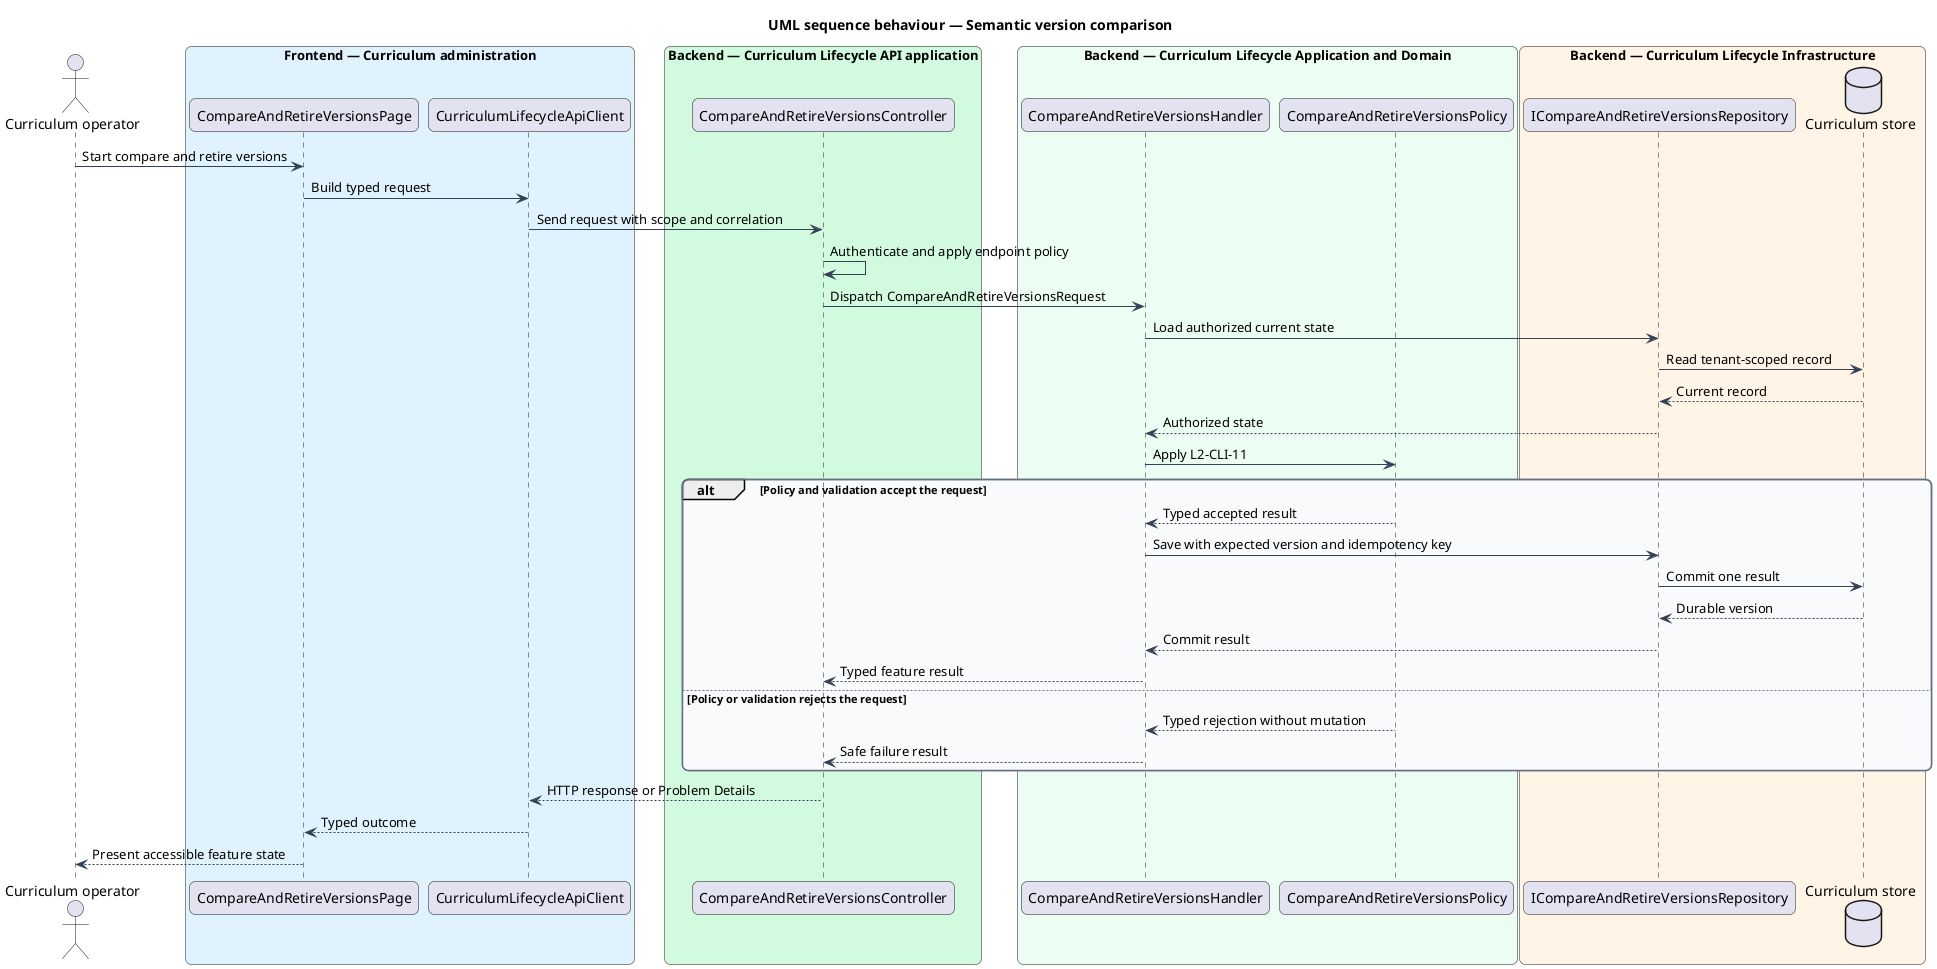
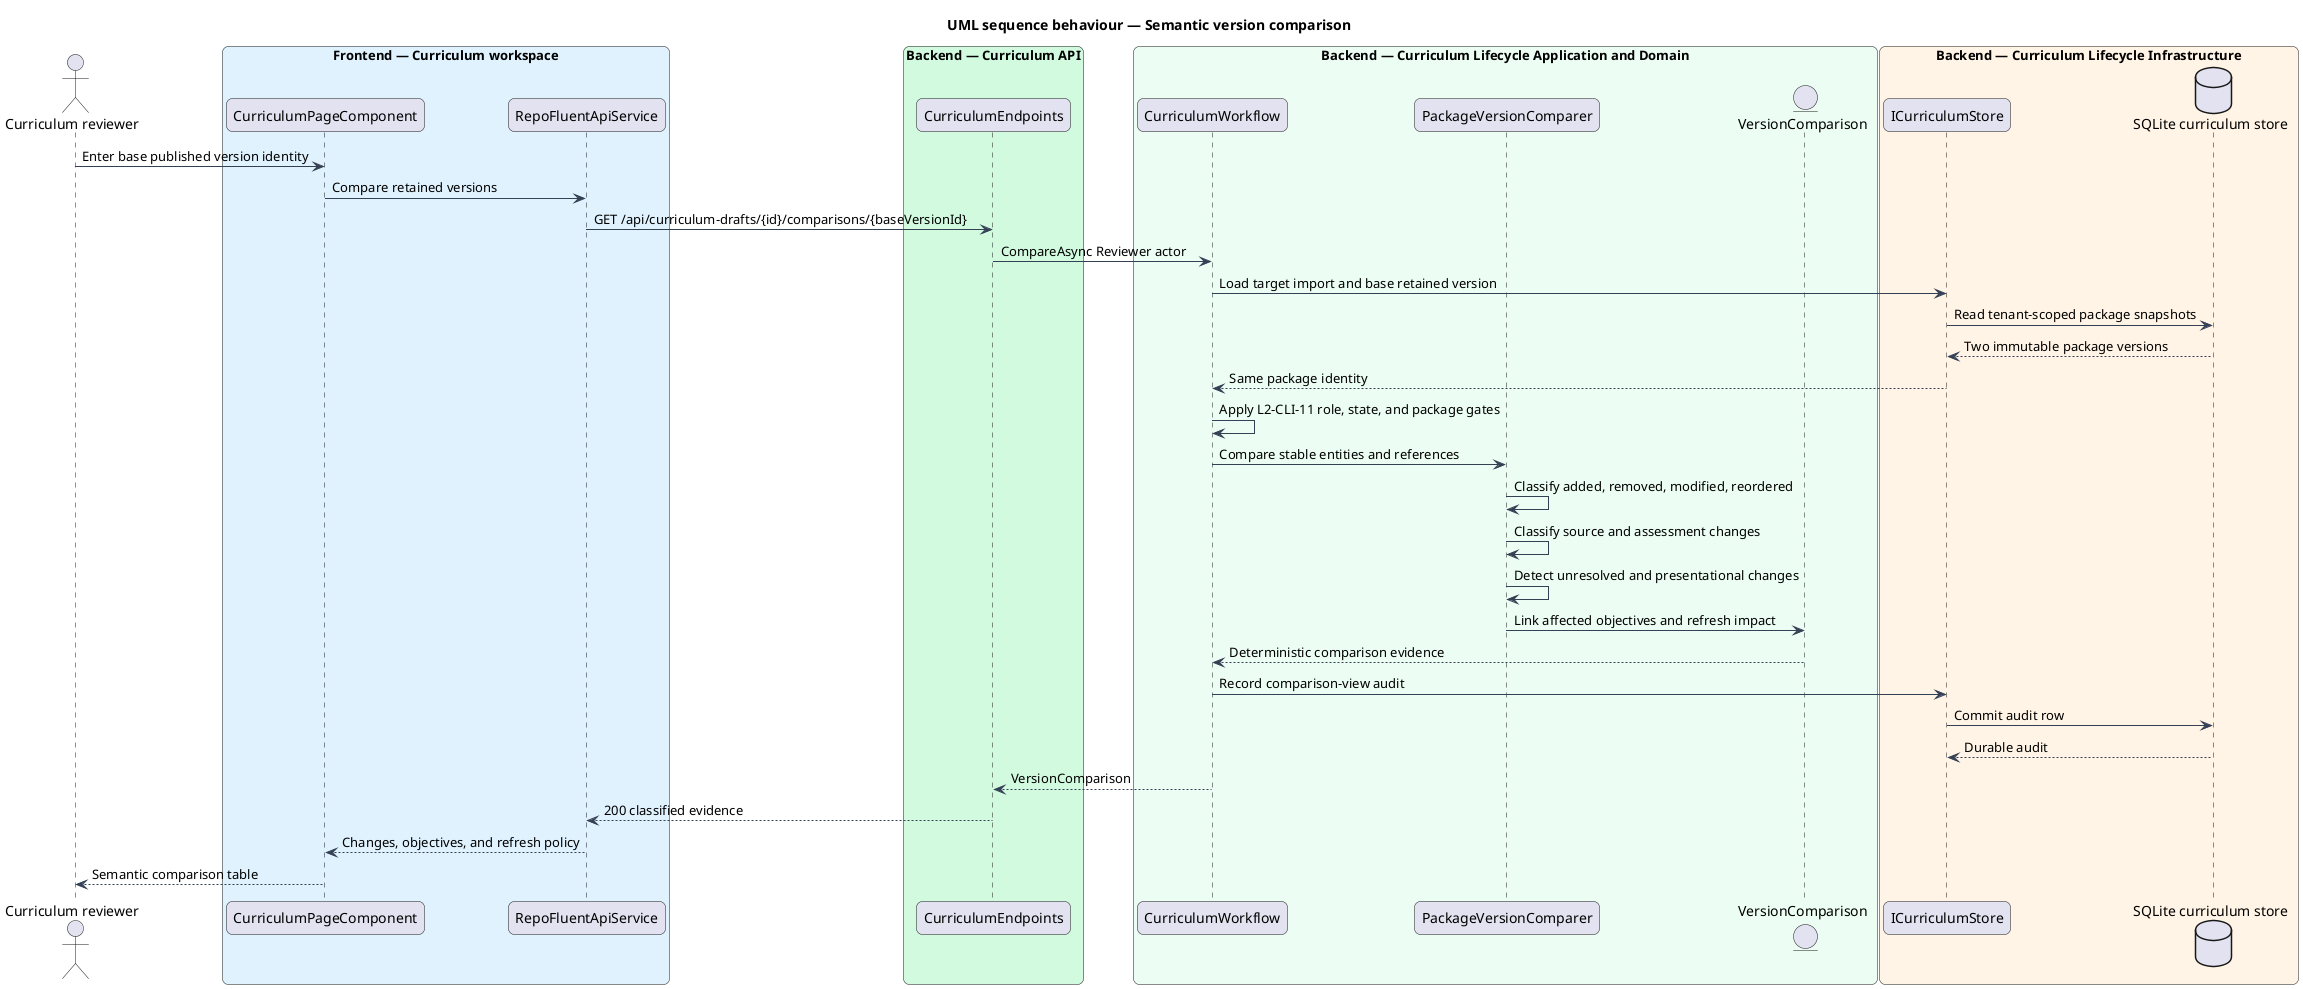
@startuml
title UML sequence behaviour — Semantic version comparison
skinparam backgroundColor #FFFFFF
skinparam shadowing false
skinparam roundcorner 12
skinparam defaultFontName Arial
skinparam ArrowColor #344054
- skinparam rectangle {
-   BorderColor #344054
-   FontColor #101828
- }
- skinparam package {
-   BorderColor #667085
-   FontColor #101828
-   BackgroundColor #F9FAFB
- }
- actor "Curriculum operator" as actor
- box "Frontend — Curriculum administration" #E0F2FE
-   participant "CompareAndRetireVersionsPage" as entry
-   participant "CurriculumLifecycleApiClient" as client
+ actor "Curriculum reviewer" as reviewer
+ box "Frontend — Curriculum workspace" #E0F2FE
+   participant "CurriculumPageComponent" as page
+   participant "RepoFluentApiService" as client
end box
- box "Backend — Curriculum Lifecycle API application" #D1FADF
-   participant "CompareAndRetireVersionsController" as controller
+ box "Backend — Curriculum API" #D1FADF
+   participant "CurriculumEndpoints" as endpoints
end box
box "Backend — Curriculum Lifecycle Application and Domain" #ECFDF3
-   participant "CompareAndRetireVersionsHandler" as handler
-   participant "CompareAndRetireVersionsPolicy" as policy
+   participant "CurriculumWorkflow" as workflow
+   participant "PackageVersionComparer" as comparer
+   entity "VersionComparison" as comparison
end box
box "Backend — Curriculum Lifecycle Infrastructure" #FFF4E5
-   participant "ICompareAndRetireVersionsRepository" as repository
-   database "Curriculum store" as store
+   participant "ICurriculumStore" as port
+   database "SQLite curriculum store" as store
end box
- actor -> entry : Start compare and retire versions
- entry -> client : Build typed request
- client -> controller : Send request with scope and correlation
- controller -> controller : Authenticate and apply endpoint policy
- controller -> handler : Dispatch CompareAndRetireVersionsRequest
- handler -> repository : Load authorized current state
- repository -> store : Read tenant-scoped record
- store --> repository : Current record
- repository --> handler : Authorized state
- handler -> policy : Apply L2-CLI-11
- alt Policy and validation accept the request
-   policy --> handler : Typed accepted result
-   handler -> repository : Save with expected version and idempotency key
-   repository -> store : Commit one result
-   store --> repository : Durable version
-   repository --> handler : Commit result
-   handler --> controller : Typed feature result
- else Policy or validation rejects the request
-   policy --> handler : Typed rejection without mutation
-   handler --> controller : Safe failure result
- end
- controller --> client : HTTP response or Problem Details
- client --> entry : Typed outcome
- entry --> actor : Present accessible feature state
+ 
+ reviewer -> page : Enter base published version identity
+ page -> client : Compare retained versions
+ client -> endpoints : GET /api/curriculum-drafts/{id}/comparisons/{baseVersionId}
+ endpoints -> workflow : CompareAsync Reviewer actor
+ workflow -> port : Load target import and base retained version
+ port -> store : Read tenant-scoped package snapshots
+ store --> port : Two immutable package versions
+ port --> workflow : Same package identity
+ workflow -> workflow : Apply L2-CLI-11 role, state, and package gates
+ workflow -> comparer : Compare stable entities and references
+ comparer -> comparer : Classify added, removed, modified, reordered
+ comparer -> comparer : Classify source and assessment changes
+ comparer -> comparer : Detect unresolved and presentational changes
+ comparer -> comparison : Link affected objectives and refresh impact
+ comparison --> workflow : Deterministic comparison evidence
+ workflow -> port : Record comparison-view audit
+ port -> store : Commit audit row
+ store --> port : Durable audit
+ workflow --> endpoints : VersionComparison
+ endpoints --> client : 200 classified evidence
+ client --> page : Changes, objectives, and refresh policy
+ page --> reviewer : Semantic comparison table
@enduml
